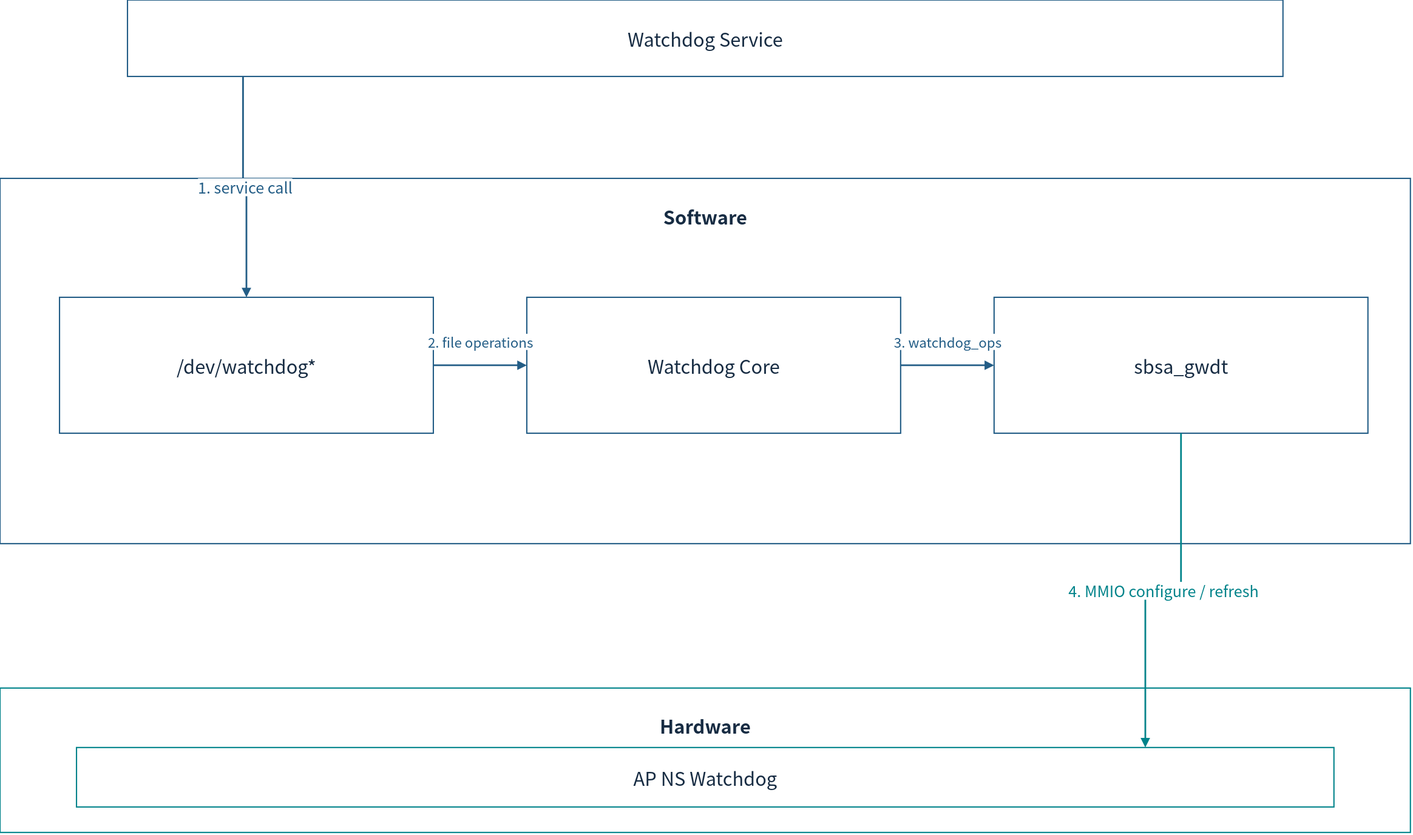
The draw.io diagram doc/phase1/watchdog/diagrams/08a-linux-software.drawio.svg in cometzero/project-apollo, before a commit. Source tidied: cells renumbered, new cells last; positions are measured from the earlier drawing's top-left corner, leaving out a move shared by most shapes.
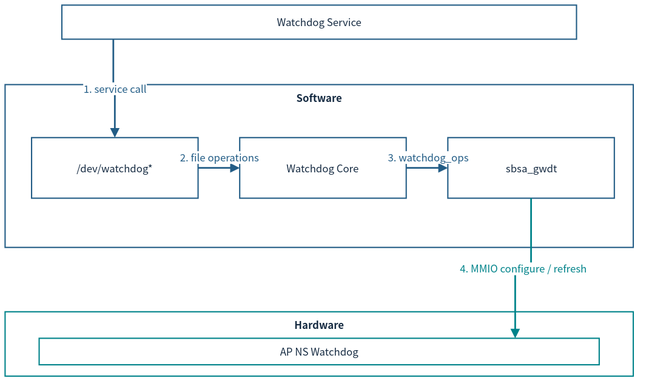
The same file after the commit.

The edit, as a diff of the source:
```diff
@@ -2,41 +2,41 @@
   <root>
     <mxCell id="0" />
     <mxCell id="1" parent="0" />
-    <mxCell id="2" value="Watchdog Service" style="rounded=0;whiteSpace=wrap;html=1;fillColor=#FFFFFF;strokeColor=#235D86;strokeWidth=1.5;fontColor=#172C43;fontFamily=Noto Sans CJK KR;fontSize=22;spacing=10;" parent="1" vertex="1">
-      <mxGeometry x="150" width="1360" height="90" as="geometry" />
+    <mxCell id="2" value="Watchdog Service" style="rounded=0;whiteSpace=wrap;html=1;fillColor=#FFFFFF;strokeColor=#235D86;strokeWidth=1.5;fontColor=#172C43;fontFamily=Noto Sans CJK KR;fontSize=12;spacing=3;whiteSpace=wrap;" parent="1" vertex="1">
+      <mxGeometry x="8.9" y="-128" width="606.3" height="40.1" as="geometry" />
     </mxCell>
-    <mxCell id="3" value="Software" style="rounded=0;whiteSpace=wrap;html=1;fillColor=#FFFFFF;strokeColor=#235D86;strokeWidth=1.5;fontColor=#172C43;fontFamily=Noto Sans CJK KR;fontSize=22;spacing=10;verticalAlign=top;fontStyle=1;spacingTop=16;" parent="1" vertex="1">
-      <mxGeometry y="210" width="1660" height="430" as="geometry" />
+    <mxCell id="3" value="Software" style="rounded=0;whiteSpace=wrap;html=1;fillColor=#FFFFFF;strokeColor=#235D86;strokeWidth=1.5;fontColor=#172C43;fontFamily=Noto Sans CJK KR;verticalAlign=top;fontStyle=1;fontSize=12;spacing=3;whiteSpace=wrap;" parent="1" vertex="1">
+      <mxGeometry x="-58" y="-34.4" width="740" height="191.7" as="geometry" />
     </mxCell>
-    <mxCell id="4" value="/dev/watchdog*" style="rounded=0;whiteSpace=wrap;html=1;fillColor=#FFFFFF;strokeColor=#235D86;strokeWidth=1.5;fontColor=#172C43;fontFamily=Noto Sans CJK KR;fontSize=22;spacing=10;" parent="1" vertex="1">
-      <mxGeometry x="70" y="350" width="440" height="160" as="geometry" />
+    <mxCell id="4" value="/dev/watchdog*" style="rounded=0;whiteSpace=wrap;html=1;fillColor=#FFFFFF;strokeColor=#235D86;strokeWidth=1.5;fontColor=#172C43;fontFamily=Noto Sans CJK KR;fontSize=12;spacing=3;whiteSpace=wrap;" parent="1" vertex="1">
+      <mxGeometry x="-26.8" y="28" width="196.1" height="71.3" as="geometry" />
     </mxCell>
-    <mxCell id="5" value="Watchdog Core" style="rounded=0;whiteSpace=wrap;html=1;fillColor=#FFFFFF;strokeColor=#235D86;strokeWidth=1.5;fontColor=#172C43;fontFamily=Noto Sans CJK KR;fontSize=22;spacing=10;" parent="1" vertex="1">
-      <mxGeometry x="620" y="350" width="440" height="160" as="geometry" />
+    <mxCell id="5" value="Watchdog Core" style="rounded=0;whiteSpace=wrap;html=1;fillColor=#FFFFFF;strokeColor=#235D86;strokeWidth=1.5;fontColor=#172C43;fontFamily=Noto Sans CJK KR;fontSize=12;spacing=3;whiteSpace=wrap;" parent="1" vertex="1">
+      <mxGeometry x="218.4" y="28" width="196.1" height="71.3" as="geometry" />
     </mxCell>
-    <mxCell id="6" value="sbsa_gwdt" style="rounded=0;whiteSpace=wrap;html=1;fillColor=#FFFFFF;strokeColor=#235D86;strokeWidth=1.5;fontColor=#172C43;fontFamily=Noto Sans CJK KR;fontSize=22;spacing=10;" parent="1" vertex="1">
-      <mxGeometry x="1170" y="350" width="440" height="160" as="geometry" />
+    <mxCell id="6" value="sbsa_gwdt" style="rounded=0;whiteSpace=wrap;html=1;fillColor=#FFFFFF;strokeColor=#235D86;strokeWidth=1.5;fontColor=#172C43;fontFamily=Noto Sans CJK KR;fontSize=12;spacing=3;whiteSpace=wrap;" parent="1" vertex="1">
+      <mxGeometry x="463.6" y="28" width="196.1" height="71.3" as="geometry" />
     </mxCell>
-    <mxCell id="7" value="1. service call" style="edgeStyle=orthogonalEdgeStyle;rounded=0;html=1;endArrow=block;endFill=1;strokeWidth=2;strokeColor=#235D86;fontColor=#235D86;fontFamily=Noto Sans CJK KR;fontSize=18;labelBackgroundColor=#FFFFFF;exitX=0.1;exitY=1;entryX=0.5;entryY=0;" parent="1" edge="1" source="2" target="4">
+    <mxCell id="7" value="1. service call" style="edgeStyle=orthogonalEdgeStyle;rounded=0;html=1;endArrow=block;endFill=1;strokeWidth=2;strokeColor=#235D86;fontColor=#235D86;fontFamily=Noto Sans CJK KR;labelBackgroundColor=#FFFFFF;exitX=0.1;exitY=1;entryX=0.5;entryY=0;fontSize=12;spacing=3;whiteSpace=nowrap;" parent="1" edge="1" source="2" target="4">
       <mxGeometry relative="1" as="geometry" />
     </mxCell>
-    <mxCell id="8" value="2. file operations" style="edgeStyle=orthogonalEdgeStyle;rounded=0;html=1;endArrow=block;endFill=1;strokeWidth=2;strokeColor=#235D86;fontColor=#235D86;fontFamily=Noto Sans CJK KR;fontSize=16;labelBackgroundColor=#FFFFFF;" parent="1" edge="1" source="4" target="5">
+    <mxCell id="8" value="2. file operations" style="edgeStyle=orthogonalEdgeStyle;rounded=0;html=1;endArrow=block;endFill=1;strokeWidth=2;strokeColor=#235D86;fontColor=#235D86;fontFamily=Noto Sans CJK KR;labelBackgroundColor=#FFFFFF;fontSize=12;spacing=3;whiteSpace=nowrap;" parent="1" edge="1" source="4" target="5">
       <mxGeometry relative="1" as="geometry">
-        <mxPoint y="-28" as="offset" />
+        <mxPoint y="-12.5" as="offset" />
       </mxGeometry>
     </mxCell>
-    <mxCell id="9" value="3. watchdog_ops" style="edgeStyle=orthogonalEdgeStyle;rounded=0;html=1;endArrow=block;endFill=1;strokeWidth=2;strokeColor=#235D86;fontColor=#235D86;fontFamily=Noto Sans CJK KR;fontSize=16;labelBackgroundColor=#FFFFFF;" parent="1" edge="1" source="5" target="6">
+    <mxCell id="9" value="3. watchdog_ops" style="edgeStyle=orthogonalEdgeStyle;rounded=0;html=1;endArrow=block;endFill=1;strokeWidth=2;strokeColor=#235D86;fontColor=#235D86;fontFamily=Noto Sans CJK KR;labelBackgroundColor=#FFFFFF;fontSize=12;spacing=3;whiteSpace=nowrap;" parent="1" edge="1" source="5" target="6">
       <mxGeometry relative="1" as="geometry">
-        <mxPoint y="-28" as="offset" />
+        <mxPoint y="-12.5" as="offset" />
       </mxGeometry>
     </mxCell>
-    <mxCell id="10" value="Hardware" style="rounded=0;whiteSpace=wrap;html=1;fillColor=#FFFFFF;strokeColor=#00838A;strokeWidth=1.5;fontColor=#172C43;fontFamily=Noto Sans CJK KR;fontSize=22;spacing=10;verticalAlign=top;fontStyle=1;spacingTop=16;" parent="1" vertex="1">
-      <mxGeometry y="810" width="1660" height="170" as="geometry" />
+    <mxCell id="10" value="Hardware" style="rounded=0;whiteSpace=wrap;html=1;fillColor=#FFFFFF;strokeColor=#00838A;strokeWidth=1.5;fontColor=#172C43;fontFamily=Noto Sans CJK KR;verticalAlign=top;fontStyle=1;fontSize=12;spacing=3;whiteSpace=wrap;" parent="1" vertex="1">
+      <mxGeometry x="-58" y="233.1" width="740" height="75.8" as="geometry" />
     </mxCell>
-    <mxCell id="11" value="AP NS Watchdog" style="rounded=0;whiteSpace=wrap;html=1;fillColor=#FFFFFF;strokeColor=#00838A;strokeWidth=1.5;fontColor=#172C43;fontFamily=Noto Sans CJK KR;fontSize=22;spacing=10;" parent="1" vertex="1">
-      <mxGeometry x="90" y="880" width="1480" height="70" as="geometry" />
+    <mxCell id="11" value="AP NS Watchdog" style="rounded=0;whiteSpace=wrap;html=1;fillColor=#FFFFFF;strokeColor=#00838A;strokeWidth=1.5;fontColor=#172C43;fontFamily=Noto Sans CJK KR;fontSize=12;spacing=3;whiteSpace=wrap;" parent="1" vertex="1">
+      <mxGeometry x="-17.9" y="264.3" width="659.8" height="31.2" as="geometry" />
     </mxCell>
-    <mxCell id="12" value="4. MMIO configure / refresh" style="edgeStyle=orthogonalEdgeStyle;rounded=0;html=1;endArrow=block;endFill=1;strokeWidth=2;strokeColor=#00838A;fontColor=#00838A;fontFamily=Noto Sans CJK KR;fontSize=18;labelBackgroundColor=#FFFFFF;exitX=0.5;exitY=1;entryX=0.85;entryY=0;" parent="1" edge="1" source="6" target="11">
+    <mxCell id="12" value="4. MMIO configure / refresh" style="edgeStyle=orthogonalEdgeStyle;rounded=0;html=1;endArrow=block;endFill=1;strokeWidth=2;strokeColor=#00838A;fontColor=#00838A;fontFamily=Noto Sans CJK KR;labelBackgroundColor=#FFFFFF;exitX=0.5;exitY=1;entryX=0.85;entryY=0;fontSize=12;spacing=3;whiteSpace=nowrap;" parent="1" edge="1" source="6" target="11">
       <mxGeometry relative="1" as="geometry" />
     </mxCell>
   </root>
```
